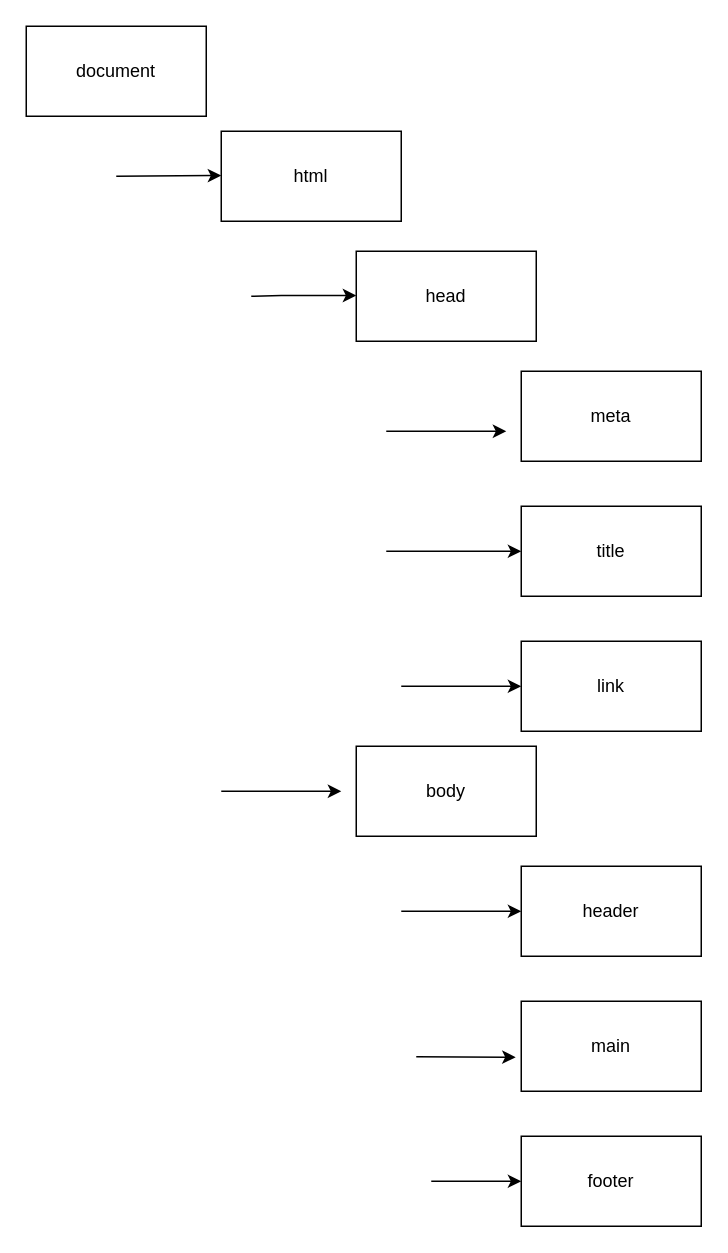
kheiraouici/dom keeps this draw.io diagram as Diagramme sans nom.drawio. Above is the earlier version. Source tidied: cells renumbered, new cells numbered last; positions are measured from the earlier drawing's top-left corner, leaving out a move shared by most shapes. Both pictures are drawn from the tidied source at 150%, with x=0, y=0 at pixel (26, 26).
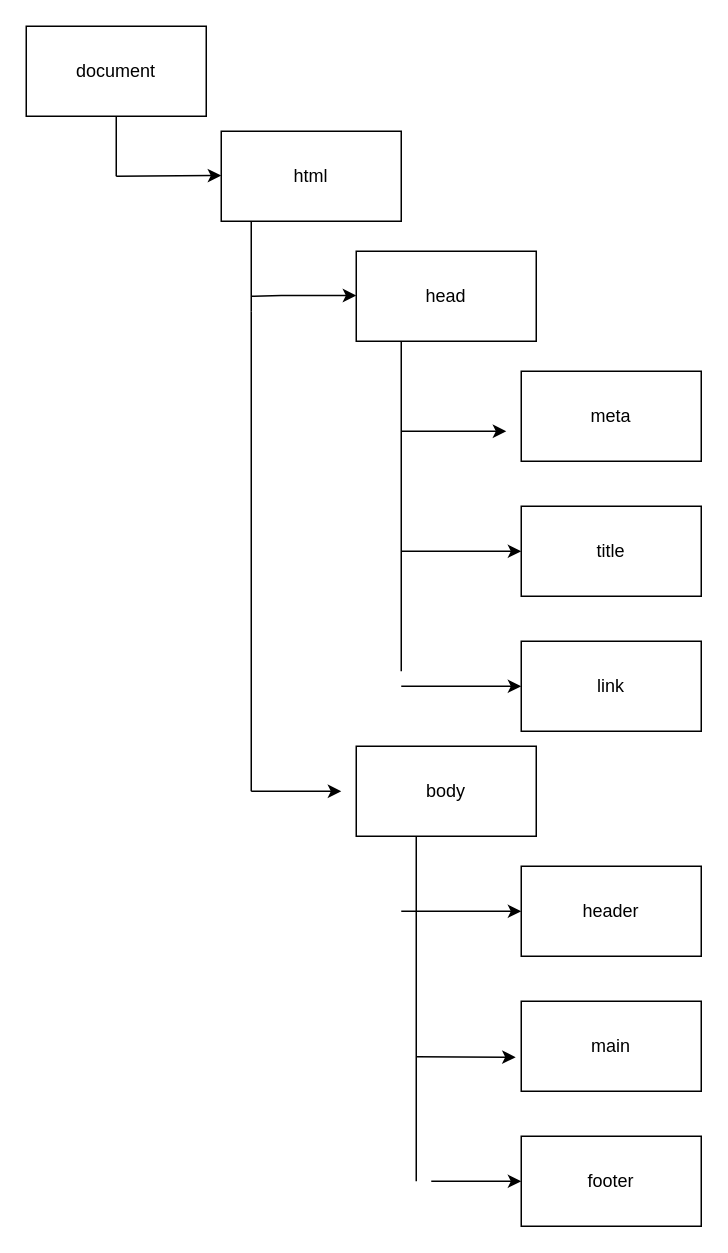
The same diagram, later.

Commit message (it also covers changes not shown here):
Mettre à jour Diagramme sans nom.drawio

The change refers to these unchanged cells:
```xml
<mxCell id="8" value="title" style="rounded=0;whiteSpace=wrap;html=1;" parent="1" vertex="1">
  <mxGeometry x="330" y="320" width="120" height="60" as="geometry" />
</mxCell>
```

The edit, as a diff of the source:
```diff
@@
-    <mxCell id="4" value="head" style="rounded=0;whiteSpace=wrap;html=1;" parent="1" vertex="1">
-      <mxGeometry x="220" y="150" width="120" height="60" as="geometry" />
-    </mxCell>
@@
     <mxCell id="14" style="endArrow=classic;html=1;rounded=0;" parent="1" edge="1">
       <mxGeometry relative="1" as="geometry">
-        <mxPoint x="240" y="270" as="sourcePoint" />
+        <mxPoint x="250" y="270" as="sourcePoint" />
         <mxPoint x="320" y="270" as="targetPoint" />
       </mxGeometry>
     </mxCell>
     <mxCell id="15" style="endArrow=classic;html=1;rounded=0;entryX=0;entryY=0.5;entryDx=0;entryDy=0;" parent="1" edge="1" target="8">
       <mxGeometry relative="1" as="geometry">
-        <mxPoint x="240" y="350" as="sourcePoint" />
+        <mxPoint x="250" y="350" as="sourcePoint" />
       </mxGeometry>
     </mxCell>
@@
     <mxCell id="17" style="endArrow=classic;html=1;rounded=0;" parent="1" edge="1">
       <mxGeometry relative="1" as="geometry">
-        <mxPoint x="130" y="510" as="sourcePoint" />
+        <mxPoint x="150" y="510" as="sourcePoint" />
         <mxPoint x="210" y="510" as="targetPoint" />
       </mxGeometry>
     </mxCell>
@@
+    <mxCell id="21" style="endArrow=none;html=1;rounded=0;" parent="1" edge="1">
+      <mxGeometry relative="1" as="geometry">
+        <mxPoint x="150" y="190" as="sourcePoint" />
+        <mxPoint x="150" y="130" as="targetPoint" />
+      </mxGeometry>
+    </mxCell>
+    <mxCell id="22" style="endArrow=none;html=1;rounded=0;" parent="1" edge="1">
+      <mxGeometry relative="1" as="geometry">
+        <mxPoint x="60" y="100" as="sourcePoint" />
+        <mxPoint x="60" y="60" as="targetPoint" />
+      </mxGeometry>
+    </mxCell>
+    <mxCell id="23" style="endArrow=none;html=1;rounded=0;" parent="1" edge="1" target="4">
+      <mxGeometry relative="1" as="geometry">
+        <mxPoint x="290" y="180" as="sourcePoint" />
+      </mxGeometry>
+    </mxCell>
+    <mxCell id="4" value="head" style="rounded=0;whiteSpace=wrap;html=1;" parent="1" vertex="1">
+      <mxGeometry x="220" y="150" width="120" height="60" as="geometry" />
+    </mxCell>
+    <mxCell id="24" style="endArrow=none;html=1;rounded=0;" parent="1" edge="1">
+      <mxGeometry relative="1" as="geometry">
+        <mxPoint x="150" y="510" as="sourcePoint" />
+        <mxPoint x="150" y="190" as="targetPoint" />
+      </mxGeometry>
+    </mxCell>
+    <mxCell id="25" style="endArrow=none;html=1;rounded=0;" parent="1" edge="1">
+      <mxGeometry relative="1" as="geometry">
+        <mxPoint x="250" y="430" as="sourcePoint" />
+        <mxPoint x="250" y="210" as="targetPoint" />
+      </mxGeometry>
+    </mxCell>
+    <mxCell id="26" style="endArrow=none;html=1;rounded=0;" parent="1" edge="1">
+      <mxGeometry relative="1" as="geometry">
+        <mxPoint x="260" y="770" as="sourcePoint" />
+        <mxPoint x="260" y="540" as="targetPoint" />
+      </mxGeometry>
+    </mxCell>
```
